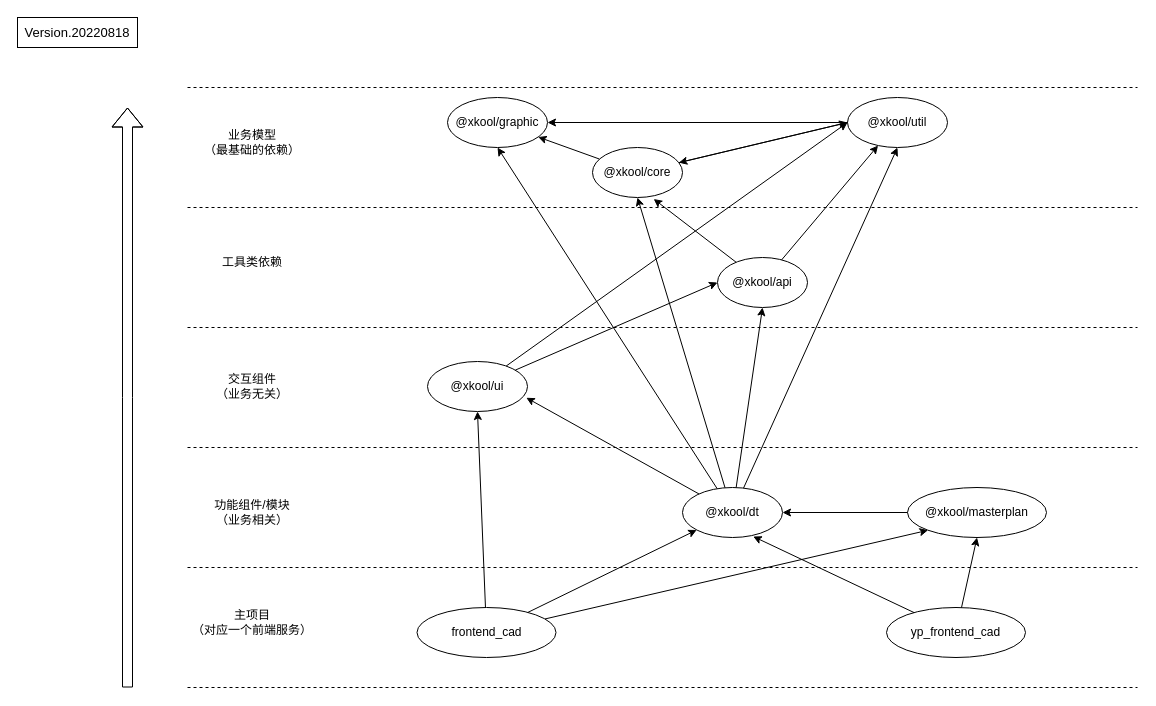
This is page "服务依赖图" (3 of 3) of xk/component_refactor.drawio from fqd511/charts, a draw.io file, before an edit. Source tidied: cells renumbered, new cells numbered last; positions are measured from the earlier drawing's top-left corner, leaving out a move shared by most shapes. Both pictures are drawn from the tidied source at 100%, with x=0, y=0 at pixel (17, 17).
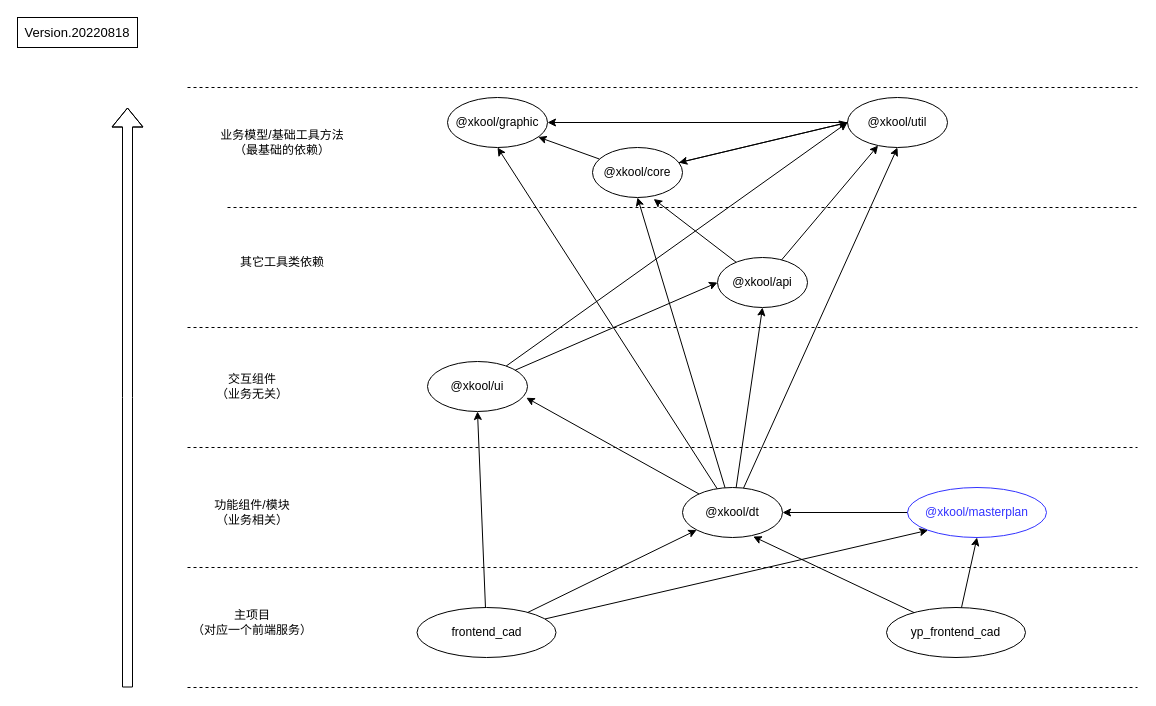
The same page after the edit.

The edit, as a diff of the source:
```diff
@@
-    <mxCell id="22" value="@xkool/masterplan" style="ellipse;whiteSpace=wrap;html=1;rounded=0;fontColor=#000000;strokeColor=#000000;fillColor=none;" parent="1" vertex="1">
+    <mxCell id="22" value="@xkool/masterplan" style="ellipse;whiteSpace=wrap;html=1;rounded=0;fontColor=#3333FF;strokeColor=#3333FF;fillColor=none;" parent="1" vertex="1">
       <mxGeometry x="890" y="470" width="139" height="50" as="geometry" />
     </mxCell>
@@
     <mxCell id="31" style="endArrow=none;dashed=1;html=1;rounded=0;fontColor=#000000;" parent="1" edge="1">
       <mxGeometry relative="1" as="geometry">
-        <mxPoint x="170" y="190" as="sourcePoint" />
+        <mxPoint x="210" y="190" as="sourcePoint" />
         <mxPoint x="1120" y="190" as="targetPoint" />
       </mxGeometry>
     </mxCell>
@@
-    <mxCell id="37" value="业务模型&lt;br&gt;（最基础的依赖）" style="text;html=1;strokeColor=none;fillColor=none;align=center;verticalAlign=middle;whiteSpace=wrap;rounded=0;fontColor=#000000;" parent="1" vertex="1">
-      <mxGeometry x="170" y="110" width="130" height="30" as="geometry" />
+    <mxCell id="37" value="业务模型/基础工具方法&lt;br&gt;（最基础的依赖）" style="text;html=1;strokeColor=none;fillColor=none;align=center;verticalAlign=middle;whiteSpace=wrap;rounded=0;fontColor=#000000;" parent="1" vertex="1">
+      <mxGeometry x="200" y="110" width="130" height="30" as="geometry" />
     </mxCell>
-    <mxCell id="38" value="工具类依赖" style="text;html=1;strokeColor=none;fillColor=none;align=center;verticalAlign=middle;whiteSpace=wrap;rounded=0;fontColor=#000000;" parent="1" vertex="1">
-      <mxGeometry x="170" y="230" width="130" height="30" as="geometry" />
+    <mxCell id="38" value="其它工具类依赖" style="text;html=1;strokeColor=none;fillColor=none;align=center;verticalAlign=middle;whiteSpace=wrap;rounded=0;fontColor=#000000;" parent="1" vertex="1">
+      <mxGeometry x="200" y="230" width="130" height="30" as="geometry" />
     </mxCell>
```
